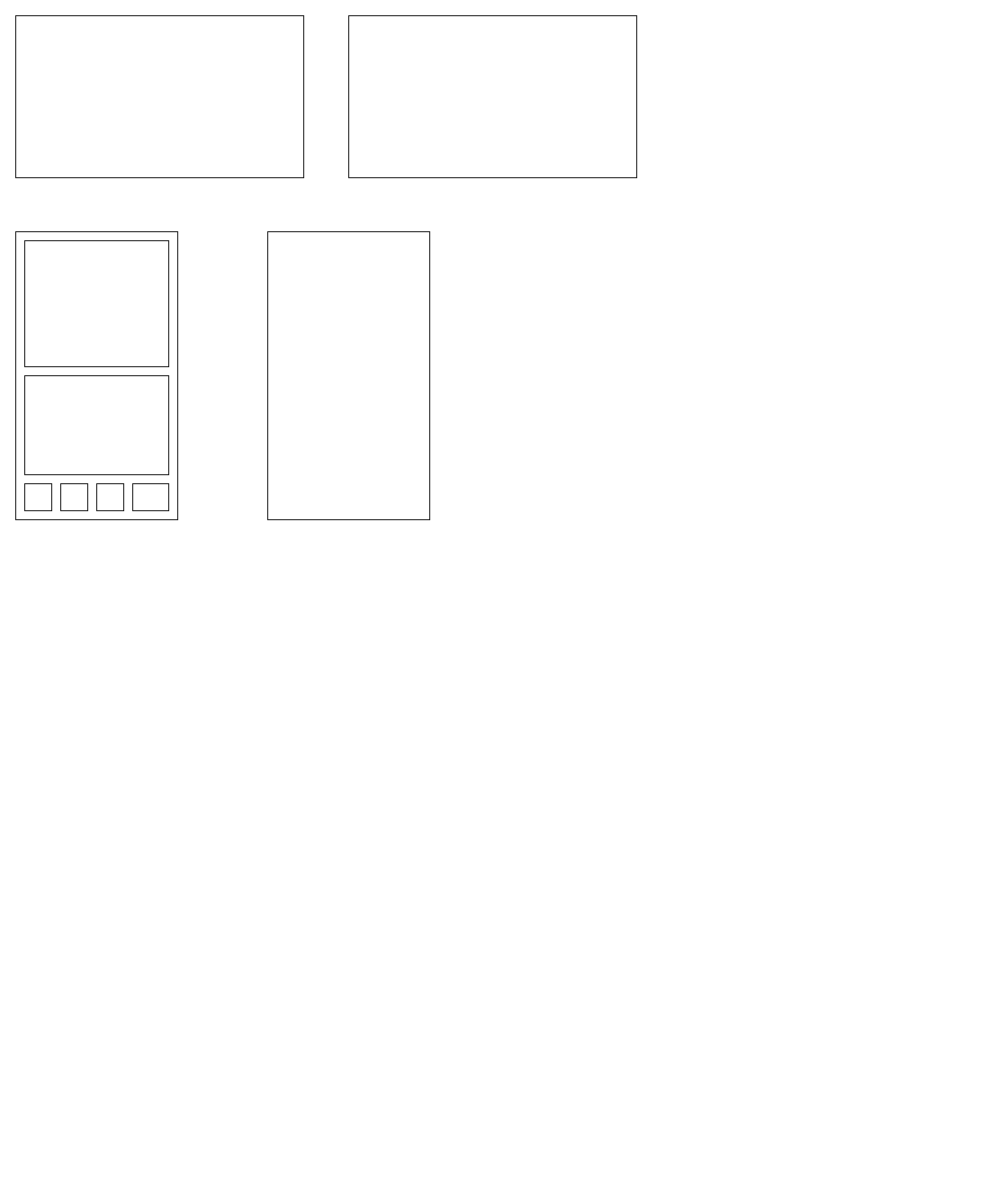
Above: TerraForming.drawio in Zif1519/CodeKata (draw.io), before the change. Source tidied: cells renumbered, new cells numbered last; positions are measured from the earlier drawing's top-left corner, leaving out a move shared by most shapes. Both pictures are drawn from the tidied source at 90%, with x=0, y=0 at pixel (15, 15).
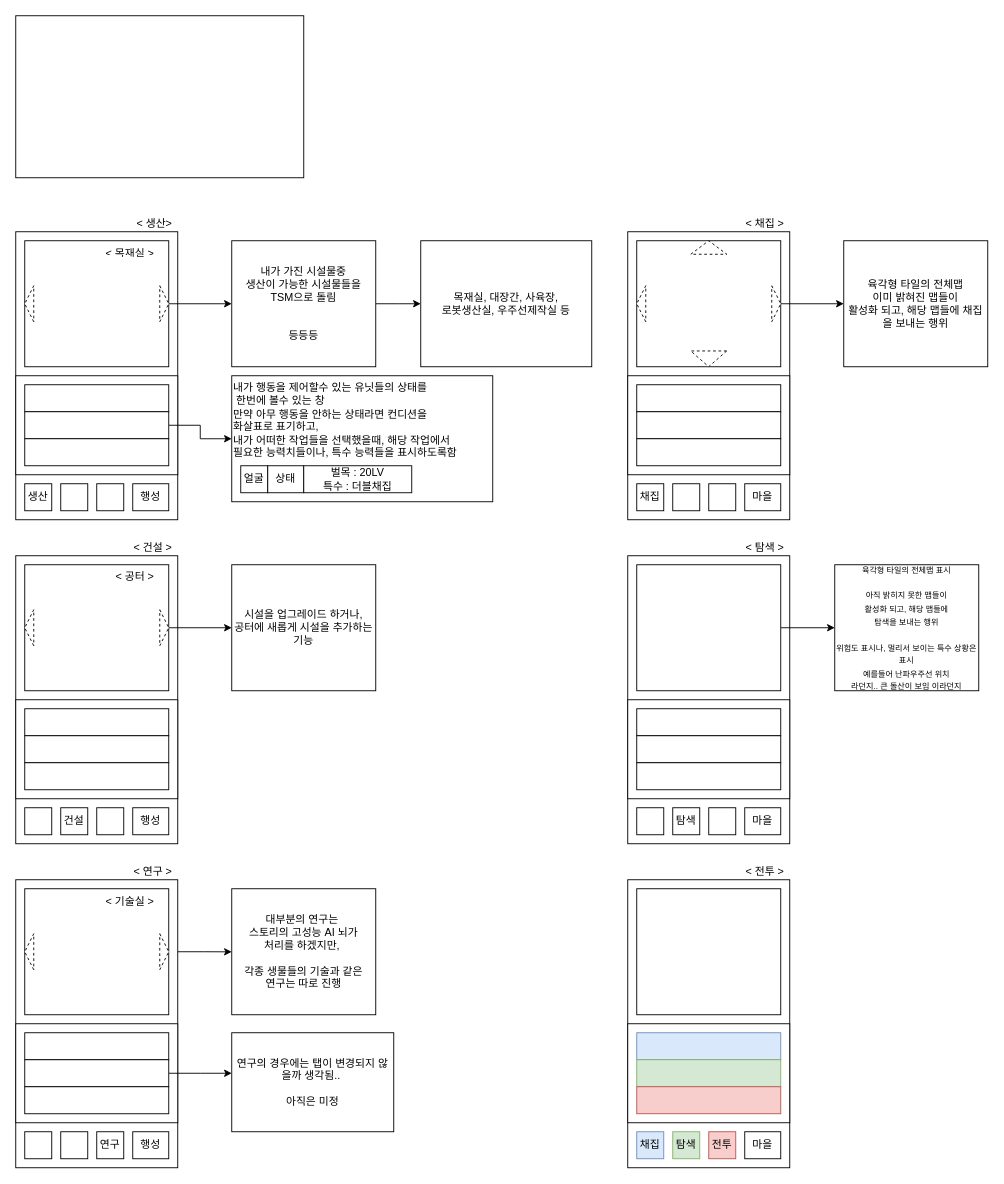
After the change.

Unchanged cells that the change refers to:
```xml
<mxCell id="6" style="rounded=0;whiteSpace=wrap;html=1;" parent="1" vertex="1">
  <mxGeometry x="10" y="250" width="160" height="140" as="geometry" />
</mxCell>
```

Change to the diagram source:
```diff
@@
-    <mxCell id="2" style="rounded=0;whiteSpace=wrap;html=1;" parent="1" vertex="1">
-      <mxGeometry x="370" width="320" height="180" as="geometry" />
-    </mxCell>
@@
-    <mxCell id="4" style="rounded=0;whiteSpace=wrap;html=1;" parent="1" vertex="1">
-      <mxGeometry x="280" y="240" width="180" height="320" as="geometry" />
-    </mxCell>
@@
+    <mxCell id="12" style="edgeStyle=orthogonalEdgeStyle;rounded=0;jettySize=auto;html=1;entryX=0;entryY=0.5;entryDx=0;entryDy=0;" parent="1" edge="1" source="6" target="18">
+      <mxGeometry relative="1" as="geometry" />
+    </mxCell>
@@
     <mxCell id="7" style="rounded=0;whiteSpace=wrap;html=1;" parent="1" vertex="1">
-      <mxGeometry x="10" y="400" width="160" height="110" as="geometry" />
+      <mxGeometry y="400" width="180" height="110" as="geometry" />
     </mxCell>
-    <mxCell id="8" style="rounded=0;whiteSpace=wrap;html=1;" parent="1" vertex="1">
+    <mxCell id="8" value="생산" style="rounded=0;whiteSpace=wrap;html=1;" parent="1" vertex="1">
       <mxGeometry x="10" y="520" width="30" height="30" as="geometry" />
     </mxCell>
@@
-    <mxCell id="11" style="rounded=0;whiteSpace=wrap;html=1;" parent="1" vertex="1">
+    <mxCell id="11" value="행성" style="rounded=0;whiteSpace=wrap;html=1;" parent="1" vertex="1">
       <mxGeometry x="130" y="520" width="40" height="30" as="geometry" />
     </mxCell>
+    <mxCell id="13" style="rounded=0;whiteSpace=wrap;html=1;" parent="1" vertex="1">
+      <mxGeometry x="10" y="410" width="160" height="30" as="geometry" />
+    </mxCell>
+    <mxCell id="14" style="edgeStyle=orthogonalEdgeStyle;rounded=0;jettySize=auto;html=1;entryX=0;entryY=0.5;entryDx=0;entryDy=0;" parent="1" edge="1" source="15" target="60">
+      <mxGeometry relative="1" as="geometry" />
+    </mxCell>
+    <mxCell id="15" style="rounded=0;whiteSpace=wrap;html=1;" parent="1" vertex="1">
+      <mxGeometry x="10" y="440" width="160" height="30" as="geometry" />
+    </mxCell>
+    <mxCell id="16" style="rounded=0;whiteSpace=wrap;html=1;" parent="1" vertex="1">
+      <mxGeometry x="10" y="470" width="160" height="30" as="geometry" />
+    </mxCell>
+    <mxCell id="17" style="edgeStyle=orthogonalEdgeStyle;rounded=0;jettySize=auto;html=1;" parent="1" edge="1" source="18">
+      <mxGeometry relative="1" as="geometry">
+        <mxPoint x="450" y="320" as="targetPoint" />
+      </mxGeometry>
+    </mxCell>
+    <mxCell id="18" value="내가 가진 시설물중&lt;br&gt;생산이 가능한 시설물들을&lt;br&gt;TSM으로 돌림&lt;br&gt;&lt;br&gt;&lt;br&gt;등등등" style="rounded=0;whiteSpace=wrap;html=1;" parent="1" vertex="1">
+      <mxGeometry x="240" y="250" width="160" height="140" as="geometry" />
+    </mxCell>
+    <mxCell id="19" style="rounded=0;whiteSpace=wrap;html=1;" parent="1" vertex="1">
+      <mxGeometry x="680" y="240" width="180" height="320" as="geometry" />
+    </mxCell>
+    <mxCell id="20" style="edgeStyle=orthogonalEdgeStyle;rounded=0;jettySize=auto;html=1;entryX=0;entryY=0.5;entryDx=0;entryDy=0;" parent="1" edge="1" source="21" target="65">
+      <mxGeometry relative="1" as="geometry" />
+    </mxCell>
+    <mxCell id="21" style="rounded=0;whiteSpace=wrap;html=1;" parent="1" vertex="1">
+      <mxGeometry x="690" y="250" width="160" height="140" as="geometry" />
+    </mxCell>
+    <mxCell id="22" style="rounded=0;whiteSpace=wrap;html=1;" parent="1" vertex="1">
+      <mxGeometry x="680" y="400" width="180" height="110" as="geometry" />
+    </mxCell>
+    <mxCell id="23" value="채집" style="rounded=0;whiteSpace=wrap;html=1;" parent="1" vertex="1">
+      <mxGeometry x="690" y="520" width="30" height="30" as="geometry" />
+    </mxCell>
+    <mxCell id="24" style="rounded=0;whiteSpace=wrap;html=1;" parent="1" vertex="1">
+      <mxGeometry x="730" y="520" width="30" height="30" as="geometry" />
+    </mxCell>
+    <mxCell id="25" style="rounded=0;whiteSpace=wrap;html=1;" parent="1" vertex="1">
+      <mxGeometry x="770" y="520" width="30" height="30" as="geometry" />
+    </mxCell>
+    <mxCell id="26" value="마을" style="rounded=0;whiteSpace=wrap;html=1;" parent="1" vertex="1">
+      <mxGeometry x="810" y="520" width="40" height="30" as="geometry" />
+    </mxCell>
+    <mxCell id="27" style="rounded=0;whiteSpace=wrap;html=1;" parent="1" vertex="1">
+      <mxGeometry x="690" y="410" width="160" height="30" as="geometry" />
+    </mxCell>
+    <mxCell id="28" style="rounded=0;whiteSpace=wrap;html=1;" parent="1" vertex="1">
+      <mxGeometry x="690" y="440" width="160" height="30" as="geometry" />
+    </mxCell>
+    <mxCell id="29" style="rounded=0;whiteSpace=wrap;html=1;" parent="1" vertex="1">
+      <mxGeometry x="690" y="470" width="160" height="30" as="geometry" />
+    </mxCell>
+    <mxCell id="30" style="rounded=0;whiteSpace=wrap;html=1;" parent="1" vertex="1">
+      <mxGeometry x="680" y="600" width="180" height="320" as="geometry" />
+    </mxCell>
+    <mxCell id="31" style="edgeStyle=orthogonalEdgeStyle;rounded=0;jettySize=auto;html=1;entryX=0;entryY=0.5;entryDx=0;entryDy=0;" parent="1" edge="1" source="32" target="41">
+      <mxGeometry relative="1" as="geometry" />
+    </mxCell>
+    <mxCell id="32" style="rounded=0;whiteSpace=wrap;html=1;" parent="1" vertex="1">
+      <mxGeometry x="690" y="610" width="160" height="140" as="geometry" />
+    </mxCell>
+    <mxCell id="33" style="rounded=0;whiteSpace=wrap;html=1;" parent="1" vertex="1">
+      <mxGeometry x="680" y="760" width="180" height="110" as="geometry" />
+    </mxCell>
+    <mxCell id="34" style="rounded=0;whiteSpace=wrap;html=1;" parent="1" vertex="1">
+      <mxGeometry x="690" y="880" width="30" height="30" as="geometry" />
+    </mxCell>
+    <mxCell id="35" value="탐색" style="rounded=0;whiteSpace=wrap;html=1;" parent="1" vertex="1">
+      <mxGeometry x="730" y="880" width="30" height="30" as="geometry" />
+    </mxCell>
+    <mxCell id="36" style="rounded=0;whiteSpace=wrap;html=1;" parent="1" vertex="1">
+      <mxGeometry x="770" y="880" width="30" height="30" as="geometry" />
+    </mxCell>
+    <mxCell id="37" value="마을" style="rounded=0;whiteSpace=wrap;html=1;" parent="1" vertex="1">
+      <mxGeometry x="810" y="880" width="40" height="30" as="geometry" />
+    </mxCell>
+    <mxCell id="38" style="rounded=0;whiteSpace=wrap;html=1;" parent="1" vertex="1">
+      <mxGeometry x="690" y="770" width="160" height="30" as="geometry" />
+    </mxCell>
+    <mxCell id="39" style="rounded=0;whiteSpace=wrap;html=1;" parent="1" vertex="1">
+      <mxGeometry x="690" y="800" width="160" height="30" as="geometry" />
+    </mxCell>
+    <mxCell id="40" style="rounded=0;whiteSpace=wrap;html=1;" parent="1" vertex="1">
+      <mxGeometry x="690" y="830" width="160" height="30" as="geometry" />
+    </mxCell>
+    <mxCell id="41" value="&lt;font style=&quot;font-size: 9px;&quot;&gt;육각형 타일의 전체맵 표시&lt;br style=&quot;font-size: 9px;&quot;&gt;&lt;br style=&quot;font-size: 9px;&quot;&gt;아직 밝히지 못한 맵들이&lt;br style=&quot;font-size: 9px;&quot;&gt;활성화 되고, 해당 맵들에&lt;br style=&quot;font-size: 9px;&quot;&gt;탐색을 보내는 행위&lt;br style=&quot;font-size: 9px;&quot;&gt;&lt;br style=&quot;font-size: 9px;&quot;&gt;위험도 표시나, 멀리서 보이는 특수 상황은 표시&lt;br style=&quot;font-size: 9px;&quot;&gt;예를들어 난파우주선 위치&lt;br style=&quot;font-size: 9px;&quot;&gt;라던지.. 큰 돌산이 보임 이라던지&lt;/font&gt;" style="rounded=0;whiteSpace=wrap;html=1;" parent="1" vertex="1">
+      <mxGeometry x="910" y="610" width="160" height="140" as="geometry" />
+    </mxCell>
+    <mxCell id="42" style="rounded=0;whiteSpace=wrap;html=1;" parent="1" vertex="1">
+      <mxGeometry x="680" y="960" width="180" height="320" as="geometry" />
+    </mxCell>
+    <mxCell id="43" style="rounded=0;whiteSpace=wrap;html=1;" parent="1" vertex="1">
+      <mxGeometry x="690" y="970" width="160" height="140" as="geometry" />
+    </mxCell>
+    <mxCell id="44" style="rounded=0;whiteSpace=wrap;html=1;" parent="1" vertex="1">
+      <mxGeometry x="680" y="1120" width="180" height="110" as="geometry" />
+    </mxCell>
+    <mxCell id="45" value="채집" style="rounded=0;whiteSpace=wrap;html=1;fillColor=#dae8fc;strokeColor=#6c8ebf;" parent="1" vertex="1">
+      <mxGeometry x="690" y="1240" width="30" height="30" as="geometry" />
+    </mxCell>
+    <mxCell id="46" value="탐색" style="rounded=0;whiteSpace=wrap;html=1;fillColor=#d5e8d4;strokeColor=#82b366;" parent="1" vertex="1">
+      <mxGeometry x="730" y="1240" width="30" height="30" as="geometry" />
+    </mxCell>
+    <mxCell id="47" value="전투" style="rounded=0;whiteSpace=wrap;html=1;fillColor=#f8cecc;strokeColor=#b85450;" parent="1" vertex="1">
+      <mxGeometry x="770" y="1240" width="30" height="30" as="geometry" />
+    </mxCell>
+    <mxCell id="48" value="마을" style="rounded=0;whiteSpace=wrap;html=1;" parent="1" vertex="1">
+      <mxGeometry x="810" y="1240" width="40" height="30" as="geometry" />
+    </mxCell>
+    <mxCell id="49" style="rounded=0;whiteSpace=wrap;html=1;fillColor=#dae8fc;strokeColor=#6c8ebf;" parent="1" vertex="1">
+      <mxGeometry x="690" y="1130" width="160" height="30" as="geometry" />
+    </mxCell>
+    <mxCell id="50" style="rounded=0;whiteSpace=wrap;html=1;fillColor=#d5e8d4;strokeColor=#82b366;" parent="1" vertex="1">
+      <mxGeometry x="690" y="1160" width="160" height="30" as="geometry" />
+    </mxCell>
+    <mxCell id="51" style="rounded=0;whiteSpace=wrap;html=1;fillColor=#f8cecc;strokeColor=#b85450;" parent="1" vertex="1">
+      <mxGeometry x="690" y="1190" width="160" height="30" as="geometry" />
+    </mxCell>
+    <mxCell id="52" value="&amp;lt; 생산&amp;gt;" style="text;strokeColor=none;fillColor=none;align=right;verticalAlign=bottom;spacingLeft=4;spacingRight=4;overflow=hidden;whiteSpace=wrap;html=1;" parent="1" vertex="1">
+      <mxGeometry x="100" y="220" width="80" height="20" as="geometry" />
+    </mxCell>
+    <mxCell id="53" value="&amp;lt; 채집 &amp;gt;" style="text;strokeColor=none;fillColor=none;align=right;verticalAlign=bottom;spacingLeft=4;spacingRight=4;overflow=hidden;whiteSpace=wrap;html=1;" parent="1" vertex="1">
+      <mxGeometry x="780" y="220" width="80" height="20" as="geometry" />
+    </mxCell>
+    <mxCell id="54" value="&amp;lt; 탐색 &amp;gt;" style="text;strokeColor=none;fillColor=none;align=right;verticalAlign=bottom;spacingLeft=4;spacingRight=4;overflow=hidden;whiteSpace=wrap;html=1;" parent="1" vertex="1">
+      <mxGeometry x="780" y="580" width="80" height="20" as="geometry" />
+    </mxCell>
+    <mxCell id="55" value="&amp;lt; 전투 &amp;gt;" style="text;strokeColor=none;fillColor=none;align=right;verticalAlign=bottom;spacingLeft=4;spacingRight=4;overflow=hidden;whiteSpace=wrap;html=1;" parent="1" vertex="1">
+      <mxGeometry x="780" y="940" width="80" height="20" as="geometry" />
+    </mxCell>
+    <mxCell id="56" value="&amp;lt; 목재실 &amp;gt;" style="text;strokeColor=none;fillColor=none;align=right;verticalAlign=top;spacingLeft=4;spacingRight=4;overflow=hidden;whiteSpace=wrap;html=1;" parent="1" vertex="1">
+      <mxGeometry x="80" y="250" width="80" height="20" as="geometry" />
+    </mxCell>
+    <mxCell id="57" value="목재실, 대장간, 사육장,&lt;br&gt;로봇생산실, 우주선제작실 등" style="rounded=0;whiteSpace=wrap;html=1;" parent="1" vertex="1">
+      <mxGeometry x="450" y="250" width="190" height="140" as="geometry" />
+    </mxCell>
+    <mxCell id="58" style="triangle;whiteSpace=wrap;html=1;dashed=1;" parent="1" vertex="1">
+      <mxGeometry x="160" y="300" width="10" height="40" as="geometry" />
+    </mxCell>
+    <mxCell id="59" style="triangle;whiteSpace=wrap;html=1;rotation=-180;dashed=1;" parent="1" vertex="1">
+      <mxGeometry x="10" y="300" width="10" height="40" as="geometry" />
+    </mxCell>
+    <mxCell id="60" value="&lt;div style=&quot;&quot;&gt;&lt;span style=&quot;background-color: initial;&quot;&gt;내가 행동을 제어할수 있는 유닛들의 상태를&lt;/span&gt;&lt;/div&gt;&lt;div style=&quot;&quot;&gt;&lt;span style=&quot;background-color: initial;&quot;&gt;&amp;nbsp;한번에 볼수 있는 창&lt;/span&gt;&lt;/div&gt;만약 아무 행동을 안하는 상태라면 컨디션을&amp;nbsp;&lt;br&gt;화살표로 표기하고,&amp;nbsp;&lt;br&gt;내가 어떠한 작업들을 선택했을때, 해당 작업에서&lt;br&gt;필요한 능력치들이나, 특수 능력들을 표시하도록함" style="rounded=0;whiteSpace=wrap;html=1;verticalAlign=top;align=left;" parent="1" vertex="1">
+      <mxGeometry x="240" y="400" width="290" height="140" as="geometry" />
+    </mxCell>
+    <mxCell id="61" style="group;" parent="1" vertex="1">
+      <mxGeometry x="250" y="500" width="190" height="30" as="geometry" />
+    </mxCell>
+    <mxCell id="62" value="얼굴" style="rounded=0;whiteSpace=wrap;html=1;" parent="61" vertex="1">
+      <mxGeometry width="30" height="30" as="geometry" />
+    </mxCell>
+    <mxCell id="63" value="상태" style="rounded=0;whiteSpace=wrap;html=1;" parent="61" vertex="1">
+      <mxGeometry x="30" width="40" height="30" as="geometry" />
+    </mxCell>
+    <mxCell id="64" value="벌목 : 20LV &lt;br&gt;특수 : 더블채집" style="rounded=0;whiteSpace=wrap;html=1;" parent="61" vertex="1">
+      <mxGeometry x="70" width="120" height="30" as="geometry" />
+    </mxCell>
+    <mxCell id="65" value="육각형 타일의 전체맵&lt;br&gt;이미 밝혀진 맵들이&lt;br&gt;활성화 되고, 해당 맵들에 채집을 보내는 행위" style="rounded=0;whiteSpace=wrap;html=1;" parent="1" vertex="1">
+      <mxGeometry x="920" y="250" width="160" height="140" as="geometry" />
+    </mxCell>
+    <mxCell id="66" style="triangle;whiteSpace=wrap;html=1;rotation=-180;dashed=1;" parent="1" vertex="1">
+      <mxGeometry x="690" y="300" width="10" height="40" as="geometry" />
+    </mxCell>
+    <mxCell id="67" style="triangle;whiteSpace=wrap;html=1;dashed=1;" parent="1" vertex="1">
+      <mxGeometry x="840" y="300" width="10" height="40" as="geometry" />
+    </mxCell>
+    <mxCell id="68" style="triangle;whiteSpace=wrap;html=1;dashed=1;rotation=-90;" parent="1" vertex="1">
+      <mxGeometry x="762.5" y="237.5" width="15" height="40" as="geometry" />
+    </mxCell>
+    <mxCell id="69" style="triangle;whiteSpace=wrap;html=1;dashed=1;rotation=90;" parent="1" vertex="1">
+      <mxGeometry x="761.2" y="361.2" width="17.5" height="40" as="geometry" />
+    </mxCell>
+    <mxCell id="70" style="rounded=0;whiteSpace=wrap;html=1;" parent="1" vertex="1">
+      <mxGeometry y="600" width="180" height="320" as="geometry" />
+    </mxCell>
+    <mxCell id="71" style="edgeStyle=orthogonalEdgeStyle;rounded=0;jettySize=auto;html=1;entryX=0;entryY=0.5;entryDx=0;entryDy=0;" parent="1" edge="1" source="72" target="101">
+      <mxGeometry relative="1" as="geometry" />
+    </mxCell>
+    <mxCell id="72" style="rounded=0;whiteSpace=wrap;html=1;" parent="1" vertex="1">
+      <mxGeometry x="10" y="610" width="160" height="140" as="geometry" />
+    </mxCell>
+    <mxCell id="73" style="rounded=0;whiteSpace=wrap;html=1;" parent="1" vertex="1">
+      <mxGeometry y="760" width="180" height="110" as="geometry" />
+    </mxCell>
+    <mxCell id="74" style="rounded=0;whiteSpace=wrap;html=1;" parent="1" vertex="1">
+      <mxGeometry x="10" y="880" width="30" height="30" as="geometry" />
+    </mxCell>
+    <mxCell id="75" value="건설" style="rounded=0;whiteSpace=wrap;html=1;" parent="1" vertex="1">
+      <mxGeometry x="50" y="880" width="30" height="30" as="geometry" />
+    </mxCell>
+    <mxCell id="76" style="rounded=0;whiteSpace=wrap;html=1;" parent="1" vertex="1">
+      <mxGeometry x="90" y="880" width="30" height="30" as="geometry" />
+    </mxCell>
+    <mxCell id="77" value="행성" style="rounded=0;whiteSpace=wrap;html=1;" parent="1" vertex="1">
+      <mxGeometry x="130" y="880" width="40" height="30" as="geometry" />
+    </mxCell>
+    <mxCell id="78" style="rounded=0;whiteSpace=wrap;html=1;" parent="1" vertex="1">
+      <mxGeometry x="10" y="770" width="160" height="30" as="geometry" />
+    </mxCell>
+    <mxCell id="79" style="rounded=0;whiteSpace=wrap;html=1;" parent="1" vertex="1">
+      <mxGeometry x="10" y="800" width="160" height="30" as="geometry" />
+    </mxCell>
+    <mxCell id="80" style="rounded=0;whiteSpace=wrap;html=1;" parent="1" vertex="1">
+      <mxGeometry x="10" y="830" width="160" height="30" as="geometry" />
+    </mxCell>
+    <mxCell id="81" value="&amp;lt; 건설 &amp;gt;" style="text;strokeColor=none;fillColor=none;align=right;verticalAlign=bottom;spacingLeft=4;spacingRight=4;overflow=hidden;whiteSpace=wrap;html=1;" parent="1" vertex="1">
+      <mxGeometry x="100" y="580" width="80" height="20" as="geometry" />
+    </mxCell>
+    <mxCell id="82" value="&amp;lt; 공터 &amp;gt;" style="text;strokeColor=none;fillColor=none;align=right;verticalAlign=top;spacingLeft=4;spacingRight=4;overflow=hidden;whiteSpace=wrap;html=1;" parent="1" vertex="1">
+      <mxGeometry x="80" y="610" width="80" height="20" as="geometry" />
+    </mxCell>
+    <mxCell id="83" style="triangle;whiteSpace=wrap;html=1;dashed=1;" parent="1" vertex="1">
+      <mxGeometry x="160" y="660" width="10" height="40" as="geometry" />
+    </mxCell>
+    <mxCell id="84" style="triangle;whiteSpace=wrap;html=1;rotation=-180;dashed=1;" parent="1" vertex="1">
+      <mxGeometry x="10" y="660" width="10" height="40" as="geometry" />
+    </mxCell>
+    <mxCell id="85" style="edgeStyle=orthogonalEdgeStyle;rounded=0;jettySize=auto;html=1;exitX=1;exitY=0.25;exitDx=0;exitDy=0;" parent="1" edge="1" source="86">
+      <mxGeometry relative="1" as="geometry">
+        <mxPoint x="240" y="1040.1" as="targetPoint" />
+      </mxGeometry>
+    </mxCell>
+    <mxCell id="86" style="rounded=0;whiteSpace=wrap;html=1;" parent="1" vertex="1">
+      <mxGeometry y="960" width="180" height="320" as="geometry" />
+    </mxCell>
+    <mxCell id="87" style="rounded=0;whiteSpace=wrap;html=1;" parent="1" vertex="1">
+      <mxGeometry x="10" y="970" width="160" height="140" as="geometry" />
+    </mxCell>
+    <mxCell id="88" style="rounded=0;whiteSpace=wrap;html=1;" parent="1" vertex="1">
+      <mxGeometry y="1120" width="180" height="110" as="geometry" />
+    </mxCell>
+    <mxCell id="89" style="rounded=0;whiteSpace=wrap;html=1;" parent="1" vertex="1">
+      <mxGeometry x="10" y="1240" width="30" height="30" as="geometry" />
+    </mxCell>
+    <mxCell id="90" style="rounded=0;whiteSpace=wrap;html=1;" parent="1" vertex="1">
+      <mxGeometry x="50" y="1240" width="30" height="30" as="geometry" />
+    </mxCell>
+    <mxCell id="91" value="연구" style="rounded=0;whiteSpace=wrap;html=1;" parent="1" vertex="1">
+      <mxGeometry x="90" y="1240" width="30" height="30" as="geometry" />
+    </mxCell>
+    <mxCell id="92" value="행성" style="rounded=0;whiteSpace=wrap;html=1;" parent="1" vertex="1">
+      <mxGeometry x="130" y="1240" width="40" height="30" as="geometry" />
+    </mxCell>
+    <mxCell id="93" style="rounded=0;whiteSpace=wrap;html=1;" parent="1" vertex="1">
+      <mxGeometry x="10" y="1130" width="160" height="30" as="geometry" />
+    </mxCell>
+    <mxCell id="94" style="edgeStyle=orthogonalEdgeStyle;rounded=0;jettySize=auto;html=1;" parent="1" edge="1" source="95">
+      <mxGeometry relative="1" as="geometry">
+        <mxPoint x="240" y="1175" as="targetPoint" />
+      </mxGeometry>
+    </mxCell>
+    <mxCell id="95" style="rounded=0;whiteSpace=wrap;html=1;" parent="1" vertex="1">
+      <mxGeometry x="10" y="1160" width="160" height="30" as="geometry" />
+    </mxCell>
+    <mxCell id="96" style="rounded=0;whiteSpace=wrap;html=1;" parent="1" vertex="1">
+      <mxGeometry x="10" y="1190" width="160" height="30" as="geometry" />
+    </mxCell>
+    <mxCell id="97" value="&amp;lt; 연구 &amp;gt;" style="text;strokeColor=none;fillColor=none;align=right;verticalAlign=bottom;spacingLeft=4;spacingRight=4;overflow=hidden;whiteSpace=wrap;html=1;" parent="1" vertex="1">
+      <mxGeometry x="100" y="940" width="80" height="20" as="geometry" />
+    </mxCell>
+    <mxCell id="98" value="&amp;lt; 기술실 &amp;gt;" style="text;strokeColor=none;fillColor=none;align=right;verticalAlign=top;spacingLeft=4;spacingRight=4;overflow=hidden;whiteSpace=wrap;html=1;" parent="1" vertex="1">
+      <mxGeometry x="80" y="970" width="80" height="20" as="geometry" />
+    </mxCell>
+    <mxCell id="99" style="triangle;whiteSpace=wrap;html=1;dashed=1;" parent="1" vertex="1">
+      <mxGeometry x="160" y="1020" width="10" height="40" as="geometry" />
+    </mxCell>
+    <mxCell id="100" style="triangle;whiteSpace=wrap;html=1;rotation=-180;dashed=1;" parent="1" vertex="1">
+      <mxGeometry x="10" y="1020" width="10" height="40" as="geometry" />
+    </mxCell>
+    <mxCell id="101" value="시설을 업그레이드 하거나,&lt;br&gt;공터에 새롭게 시설을 추가하는 기능" style="rounded=0;whiteSpace=wrap;html=1;" parent="1" vertex="1">
+      <mxGeometry x="240" y="610" width="160" height="140" as="geometry" />
+    </mxCell>
+    <mxCell id="102" value="대부분의 연구는&amp;nbsp;&lt;br&gt;스토리의 고성능 AI 뇌가&lt;br&gt;처리를 하겠지만,&amp;nbsp;&lt;br&gt;&lt;br&gt;각종 생물들의 기술과 같은&lt;br&gt;연구는 따로 진행" style="rounded=0;whiteSpace=wrap;html=1;" parent="1" vertex="1">
+      <mxGeometry x="240" y="970" width="160" height="140" as="geometry" />
+    </mxCell>
+    <mxCell id="103" value="연구의 경우에는 탭이 변경되지 않을까 생각됨..&amp;nbsp;&lt;br&gt;&lt;br&gt;아직은 미정" style="rounded=0;whiteSpace=wrap;html=1;" parent="1" vertex="1">
+      <mxGeometry x="240" y="1130" width="180" height="110" as="geometry" />
+    </mxCell>
```
